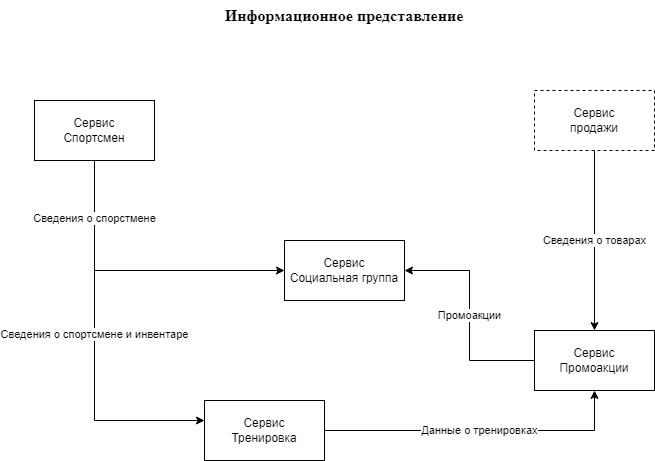
Above: docs/img/SkillBox_dip_vw_info.png in aibolnu/dip_skillbox_2024 (draw.io), before the change. Source tidied: cells renumbered, new cells last; positions are measured from the earlier drawing's top-left corner, leaving out a move shared by most shapes.
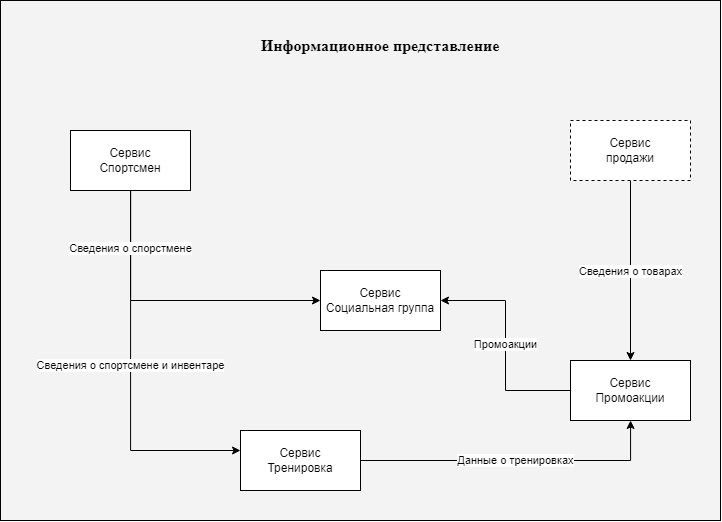
Later version of the same file.

Change to the diagram source:
```diff
@@ -2,6 +2,9 @@
   <root>
     <mxCell id="0" />
     <mxCell id="1" parent="0" />
+    <mxCell id="13" style="rounded=0;whiteSpace=wrap;html=1;fillColor=#F3F3F3;" parent="1" vertex="1">
+      <mxGeometry x="-70" y="-30" width="720" height="520" as="geometry" />
+    </mxCell>
     <mxCell id="2" value="Информационное представление" style="text;html=1;strokeColor=none;fillColor=none;align=center;verticalAlign=middle;whiteSpace=wrap;rounded=0;fontSize=16;fontStyle=1;fontFamily=Times New Roman;" parent="1" vertex="1">
       <mxGeometry x="170" width="280" height="30" as="geometry" />
     </mxCell>
```
